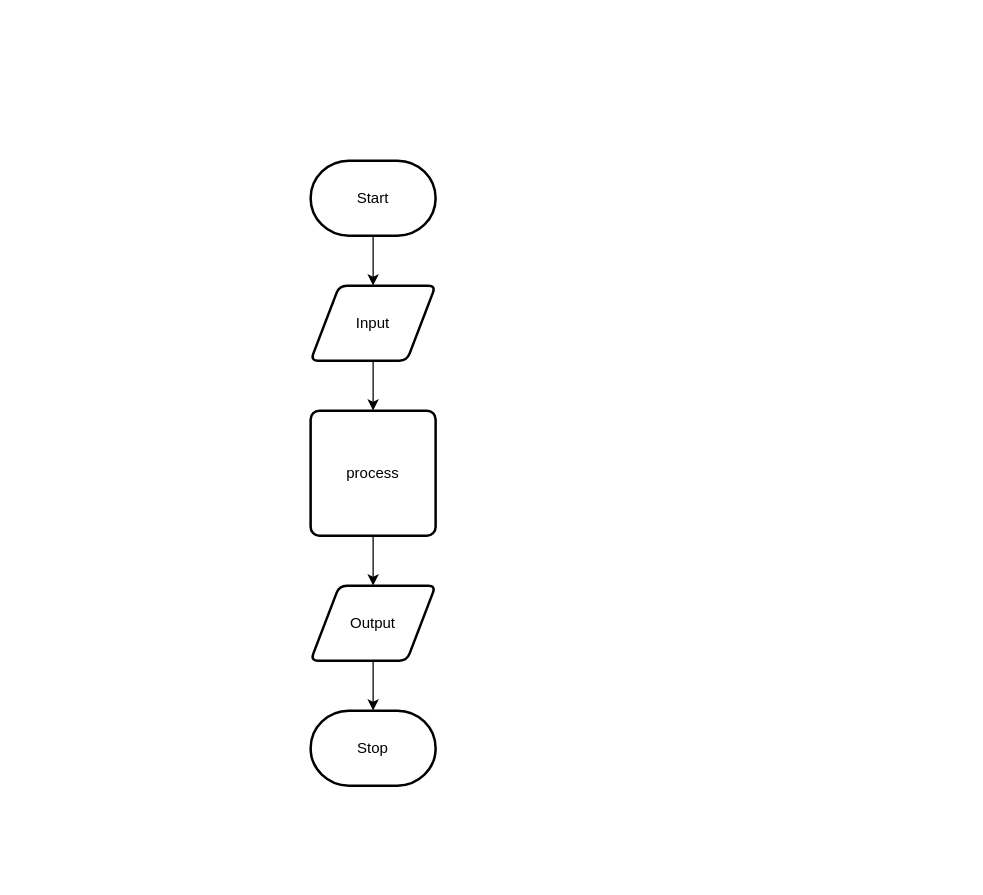
Above: design/flow-chart.drawio in Emmanuel-Fofeyin/ICS2O-Unit6-03-HTML (draw.io), before the change. Source tidied: cells renumbered, new cells numbered last; positions are measured from the earlier drawing's top-left corner, leaving out a move shared by most shapes. Both pictures are drawn from the tidied source at 125%, with x=0, y=0 at pixel (310, 160).
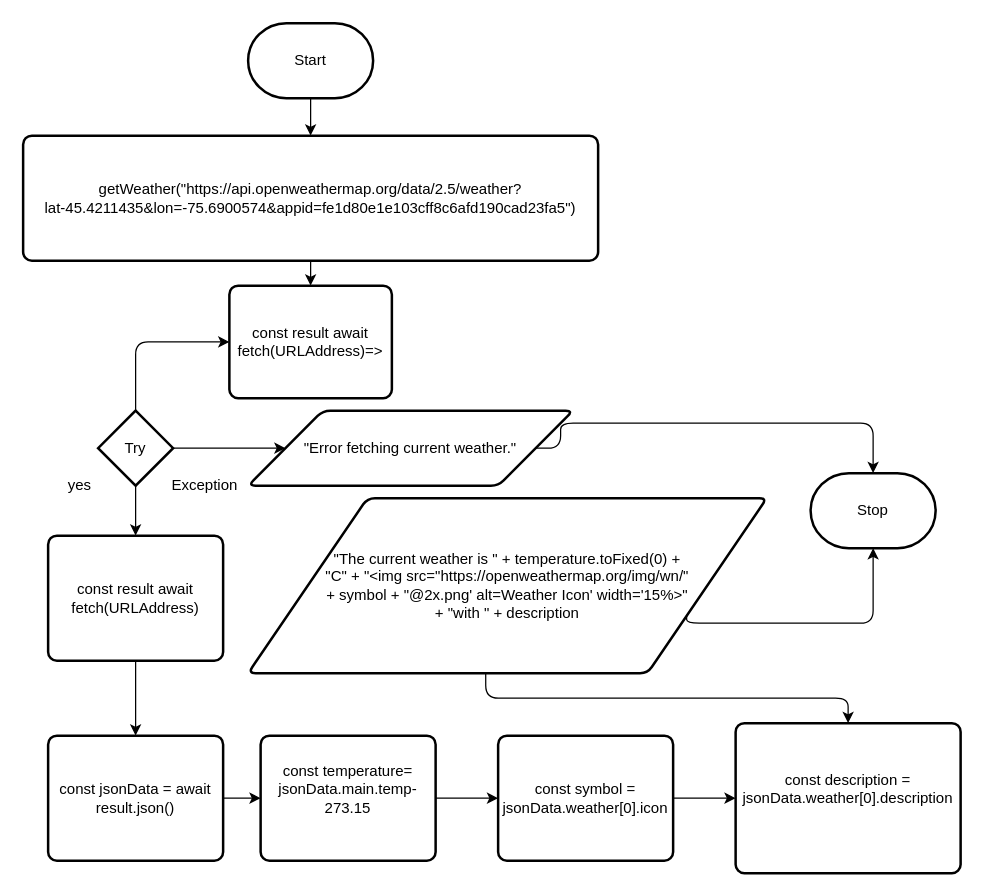
After the change.

Change to the diagram source:
```diff
@@
-    <mxCell id="2" style="edgeStyle=none;html=1;" parent="1" edge="1" source="3" target="5">
+    <mxCell id="2" style="edgeStyle=none;html=1;" parent="1" edge="1" source="3" target="8">
       <mxGeometry relative="1" as="geometry" />
     </mxCell>
     <mxCell id="3" value="Start" style="strokeWidth=2;html=1;shape=mxgraph.flowchart.terminator;whiteSpace=wrap;" parent="1" vertex="1">
-      <mxGeometry width="100" height="60" as="geometry" />
+      <mxGeometry x="-50" y="-110" width="100" height="60" as="geometry" />
     </mxCell>
-    <mxCell id="4" style="edgeStyle=none;html=1;" parent="1" edge="1" source="5" target="7">
-      <mxGeometry relative="1" as="geometry" />
-    </mxCell>
-    <mxCell id="5" value="Input" style="shape=parallelogram;html=1;strokeWidth=2;perimeter=parallelogramPerimeter;whiteSpace=wrap;rounded=1;arcSize=12;size=0.23;" parent="1" vertex="1">
-      <mxGeometry y="100" width="100" height="60" as="geometry" />
-    </mxCell>
-    <mxCell id="6" style="edgeStyle=none;html=1;" parent="1" edge="1" source="7" target="9">
-      <mxGeometry relative="1" as="geometry" />
-    </mxCell>
-    <mxCell id="7" value="process" style="rounded=1;whiteSpace=wrap;html=1;absoluteArcSize=1;arcSize=14;strokeWidth=2;" parent="1" vertex="1">
-      <mxGeometry y="200" width="100" height="100" as="geometry" />
-    </mxCell>
+    <mxCell id="10" value="Stop" style="strokeWidth=2;html=1;shape=mxgraph.flowchart.terminator;whiteSpace=wrap;" parent="1" vertex="1">
+      <mxGeometry x="400" y="250" width="100" height="60" as="geometry" />
+    </mxCell>
-    <mxCell id="8" style="edgeStyle=none;html=1;" parent="1" edge="1" source="9" target="10">
-      <mxGeometry relative="1" as="geometry" />
+    <mxCell id="8" value="&lt;div&gt;getWeather(&quot;https://api.openweathermap.org/data/2.5/weather?&lt;/div&gt;&lt;div&gt;lat-45.4211435&amp;amp;lon=-75.6900574&amp;amp;appid=fe1d80e1e103cff8c6afd190cad23fa5&quot;)&lt;/div&gt;" style="rounded=1;whiteSpace=wrap;html=1;absoluteArcSize=1;arcSize=14;strokeWidth=2;" parent="1" vertex="1">
+      <mxGeometry x="-230" y="-20" width="460" height="100" as="geometry" />
     </mxCell>
-    <mxCell id="9" value="Output" style="shape=parallelogram;html=1;strokeWidth=2;perimeter=parallelogramPerimeter;whiteSpace=wrap;rounded=1;arcSize=12;size=0.23;" parent="1" vertex="1">
-      <mxGeometry y="340" width="100" height="60" as="geometry" />
-    </mxCell>
-    <mxCell id="10" value="Stop" style="strokeWidth=2;html=1;shape=mxgraph.flowchart.terminator;whiteSpace=wrap;" parent="1" vertex="1">
-      <mxGeometry y="440" width="100" height="60" as="geometry" />
-    </mxCell>
+    <mxCell id="11" value="&lt;div&gt;const result await&lt;/div&gt;&lt;div&gt;fetch(URLAddress)=&amp;gt;&lt;/div&gt;" style="rounded=1;whiteSpace=wrap;html=1;absoluteArcSize=1;arcSize=14;strokeWidth=2;" parent="1" vertex="1">
+      <mxGeometry x="-65" y="100" width="130" height="90" as="geometry" />
+    </mxCell>
+    <mxCell id="12" style="edgeStyle=none;html=1;exitX=0.5;exitY=1;exitDx=0;exitDy=0;entryX=0.5;entryY=0;entryDx=0;entryDy=0;" parent="1" edge="1" source="8" target="11">
+      <mxGeometry relative="1" as="geometry" />
+    </mxCell>
+    <mxCell id="13" value="Try" style="strokeWidth=2;html=1;shape=mxgraph.flowchart.decision;whiteSpace=wrap;" parent="1" vertex="1">
+      <mxGeometry x="-170" y="200" width="60" height="60" as="geometry" />
+    </mxCell>
+    <mxCell id="14" value="yes" style="text;html=1;align=center;verticalAlign=middle;strokeColor=none;fillColor=none;" parent="1" vertex="1">
+      <mxGeometry x="-200" y="250" width="30" height="20" as="geometry" />
+    </mxCell>
+    <mxCell id="15" value="Exception" style="text;html=1;align=center;verticalAlign=middle;strokeColor=none;fillColor=none;" parent="1" vertex="1">
+      <mxGeometry x="-120" y="250" width="70" height="20" as="geometry" />
+    </mxCell>
+    <mxCell id="16" style="edgeStyle=none;html=1;exitX=1;exitY=0.5;exitDx=0;exitDy=0;exitPerimeter=0;" parent="1" edge="1" source="13" target="17">
+      <mxGeometry relative="1" as="geometry" />
+    </mxCell>
+    <mxCell id="17" value="&quot;Error fetching current weather.&quot;" style="shape=parallelogram;html=1;strokeWidth=2;perimeter=parallelogramPerimeter;whiteSpace=wrap;rounded=1;arcSize=12;size=0.23;" parent="1" vertex="1">
+      <mxGeometry x="-50" y="200" width="260" height="60" as="geometry" />
+    </mxCell>
+    <mxCell id="18" style="edgeStyle=segmentEdgeStyle;endArrow=classic;html=1;exitX=0.5;exitY=0;exitDx=0;exitDy=0;exitPerimeter=0;entryX=0;entryY=0.5;entryDx=0;entryDy=0;" parent="1" edge="1" source="13" target="11">
+      <mxGeometry relative="1" as="geometry">
+        <Array as="points">
+          <mxPoint x="-140" y="145" />
+        </Array>
+      </mxGeometry>
+    </mxCell>
+    <mxCell id="19" value="&lt;div&gt;const result await&lt;/div&gt;&lt;div&gt;fetch(URLAddress)&lt;/div&gt;" style="rounded=1;whiteSpace=wrap;html=1;absoluteArcSize=1;arcSize=14;strokeWidth=2;" parent="1" vertex="1">
+      <mxGeometry x="-210" y="300" width="140" height="100" as="geometry" />
+    </mxCell>
+    <mxCell id="20" style="edgeStyle=none;html=1;exitX=0.5;exitY=1;exitDx=0;exitDy=0;exitPerimeter=0;entryX=0.5;entryY=0;entryDx=0;entryDy=0;" parent="1" edge="1" source="13" target="19">
+      <mxGeometry relative="1" as="geometry" />
+    </mxCell>
+    <mxCell id="21" value="&lt;div&gt;const jsonData = await&lt;/div&gt;&lt;div&gt;result.json()&lt;/div&gt;" style="rounded=1;whiteSpace=wrap;html=1;absoluteArcSize=1;arcSize=14;strokeWidth=2;" parent="1" vertex="1">
+      <mxGeometry x="-210" y="460" width="140" height="100" as="geometry" />
+    </mxCell>
+    <mxCell id="22" value="&lt;div&gt;const temperature=&lt;/div&gt;&lt;div&gt;jsonData.main.temp-&lt;/div&gt;&lt;div&gt;273.15&lt;/div&gt;&lt;div&gt;&lt;br&gt;&lt;/div&gt;" style="rounded=1;whiteSpace=wrap;html=1;absoluteArcSize=1;arcSize=14;strokeWidth=2;" parent="1" vertex="1">
+      <mxGeometry x="-40" y="460" width="140" height="100" as="geometry" />
+    </mxCell>
+    <mxCell id="23" style="edgeStyle=none;html=1;exitX=0.5;exitY=1;exitDx=0;exitDy=0;entryX=0.5;entryY=0;entryDx=0;entryDy=0;" parent="1" edge="1" source="19" target="21">
+      <mxGeometry relative="1" as="geometry" />
+    </mxCell>
+    <mxCell id="24" style="edgeStyle=none;html=1;exitX=1;exitY=0.5;exitDx=0;exitDy=0;entryX=0;entryY=0.5;entryDx=0;entryDy=0;" parent="1" edge="1" source="21" target="22">
+      <mxGeometry relative="1" as="geometry" />
+    </mxCell>
+    <mxCell id="25" value="&lt;div&gt;&lt;div&gt;const description =&lt;/div&gt;&lt;div&gt;jsonData.weather[0].description&lt;/div&gt;&lt;/div&gt;&lt;div&gt;&lt;br&gt;&lt;/div&gt;" style="rounded=1;whiteSpace=wrap;html=1;absoluteArcSize=1;arcSize=14;strokeWidth=2;" parent="1" vertex="1">
+      <mxGeometry x="340" y="450" width="180" height="120" as="geometry" />
+    </mxCell>
+    <mxCell id="26" value="&lt;div&gt;const symbol =&lt;/div&gt;&lt;div&gt;jsonData.weather[0].icon&lt;/div&gt;" style="rounded=1;whiteSpace=wrap;html=1;absoluteArcSize=1;arcSize=14;strokeWidth=2;" parent="1" vertex="1">
+      <mxGeometry x="150" y="460" width="140" height="100" as="geometry" />
+    </mxCell>
+    <mxCell id="27" style="edgeStyle=none;html=1;exitX=1;exitY=0.5;exitDx=0;exitDy=0;entryX=0;entryY=0.5;entryDx=0;entryDy=0;" parent="1" edge="1" source="22" target="26">
+      <mxGeometry relative="1" as="geometry" />
+    </mxCell>
+    <mxCell id="28" style="edgeStyle=none;html=1;exitX=1;exitY=0.5;exitDx=0;exitDy=0;entryX=0;entryY=0.5;entryDx=0;entryDy=0;" parent="1" edge="1" source="26" target="25">
+      <mxGeometry relative="1" as="geometry" />
+    </mxCell>
+    <mxCell id="29" value="&lt;div&gt;&quot;The current weather is &quot; + temperature.toFixed(0) +&lt;/div&gt;&lt;div&gt;&quot;C&quot; + &quot;&amp;lt;img src=&quot;https://openweathermap.org/img/wn/&quot;&lt;/div&gt;&lt;div&gt;+ symbol + &quot;@2x.png' alt=Weather Icon' width='15%&amp;gt;&quot;&lt;/div&gt;&lt;div&gt;+ &quot;with &quot; + description&lt;/div&gt;" style="shape=parallelogram;html=1;strokeWidth=2;perimeter=parallelogramPerimeter;whiteSpace=wrap;rounded=1;arcSize=12;size=0.23;" parent="1" vertex="1">
+      <mxGeometry x="-50" y="270" width="415" height="140" as="geometry" />
+    </mxCell>
+    <mxCell id="30" style="edgeStyle=segmentEdgeStyle;endArrow=classic;html=1;exitX=1;exitY=0.5;exitDx=0;exitDy=0;entryX=0.5;entryY=0;entryDx=0;entryDy=0;entryPerimeter=0;" parent="1" edge="1" source="17" target="10">
+      <mxGeometry relative="1" as="geometry">
+        <Array as="points">
+          <mxPoint x="200" y="230" />
+          <mxPoint x="200" y="210" />
+          <mxPoint x="450" y="210" />
+        </Array>
+      </mxGeometry>
+    </mxCell>
+    <mxCell id="31" style="edgeStyle=segmentEdgeStyle;endArrow=classic;html=1;entryX=0.5;entryY=1;entryDx=0;entryDy=0;entryPerimeter=0;exitX=1;exitY=0.75;exitDx=0;exitDy=0;" parent="1" edge="1" source="29" target="10">
+      <mxGeometry relative="1" as="geometry">
+        <Array as="points">
+          <mxPoint x="301" y="370" />
+          <mxPoint x="450" y="370" />
+        </Array>
+      </mxGeometry>
+    </mxCell>
+    <mxCell id="32" style="edgeStyle=segmentEdgeStyle;endArrow=classic;html=1;entryX=0.5;entryY=0;entryDx=0;entryDy=0;exitX=0.458;exitY=0.995;exitDx=0;exitDy=0;exitPerimeter=0;" parent="1" edge="1" source="29" target="25">
+      <mxGeometry relative="1" as="geometry">
+        <Array as="points">
+          <mxPoint x="140" y="430" />
+          <mxPoint x="430" y="430" />
+        </Array>
+      </mxGeometry>
+    </mxCell>
```
